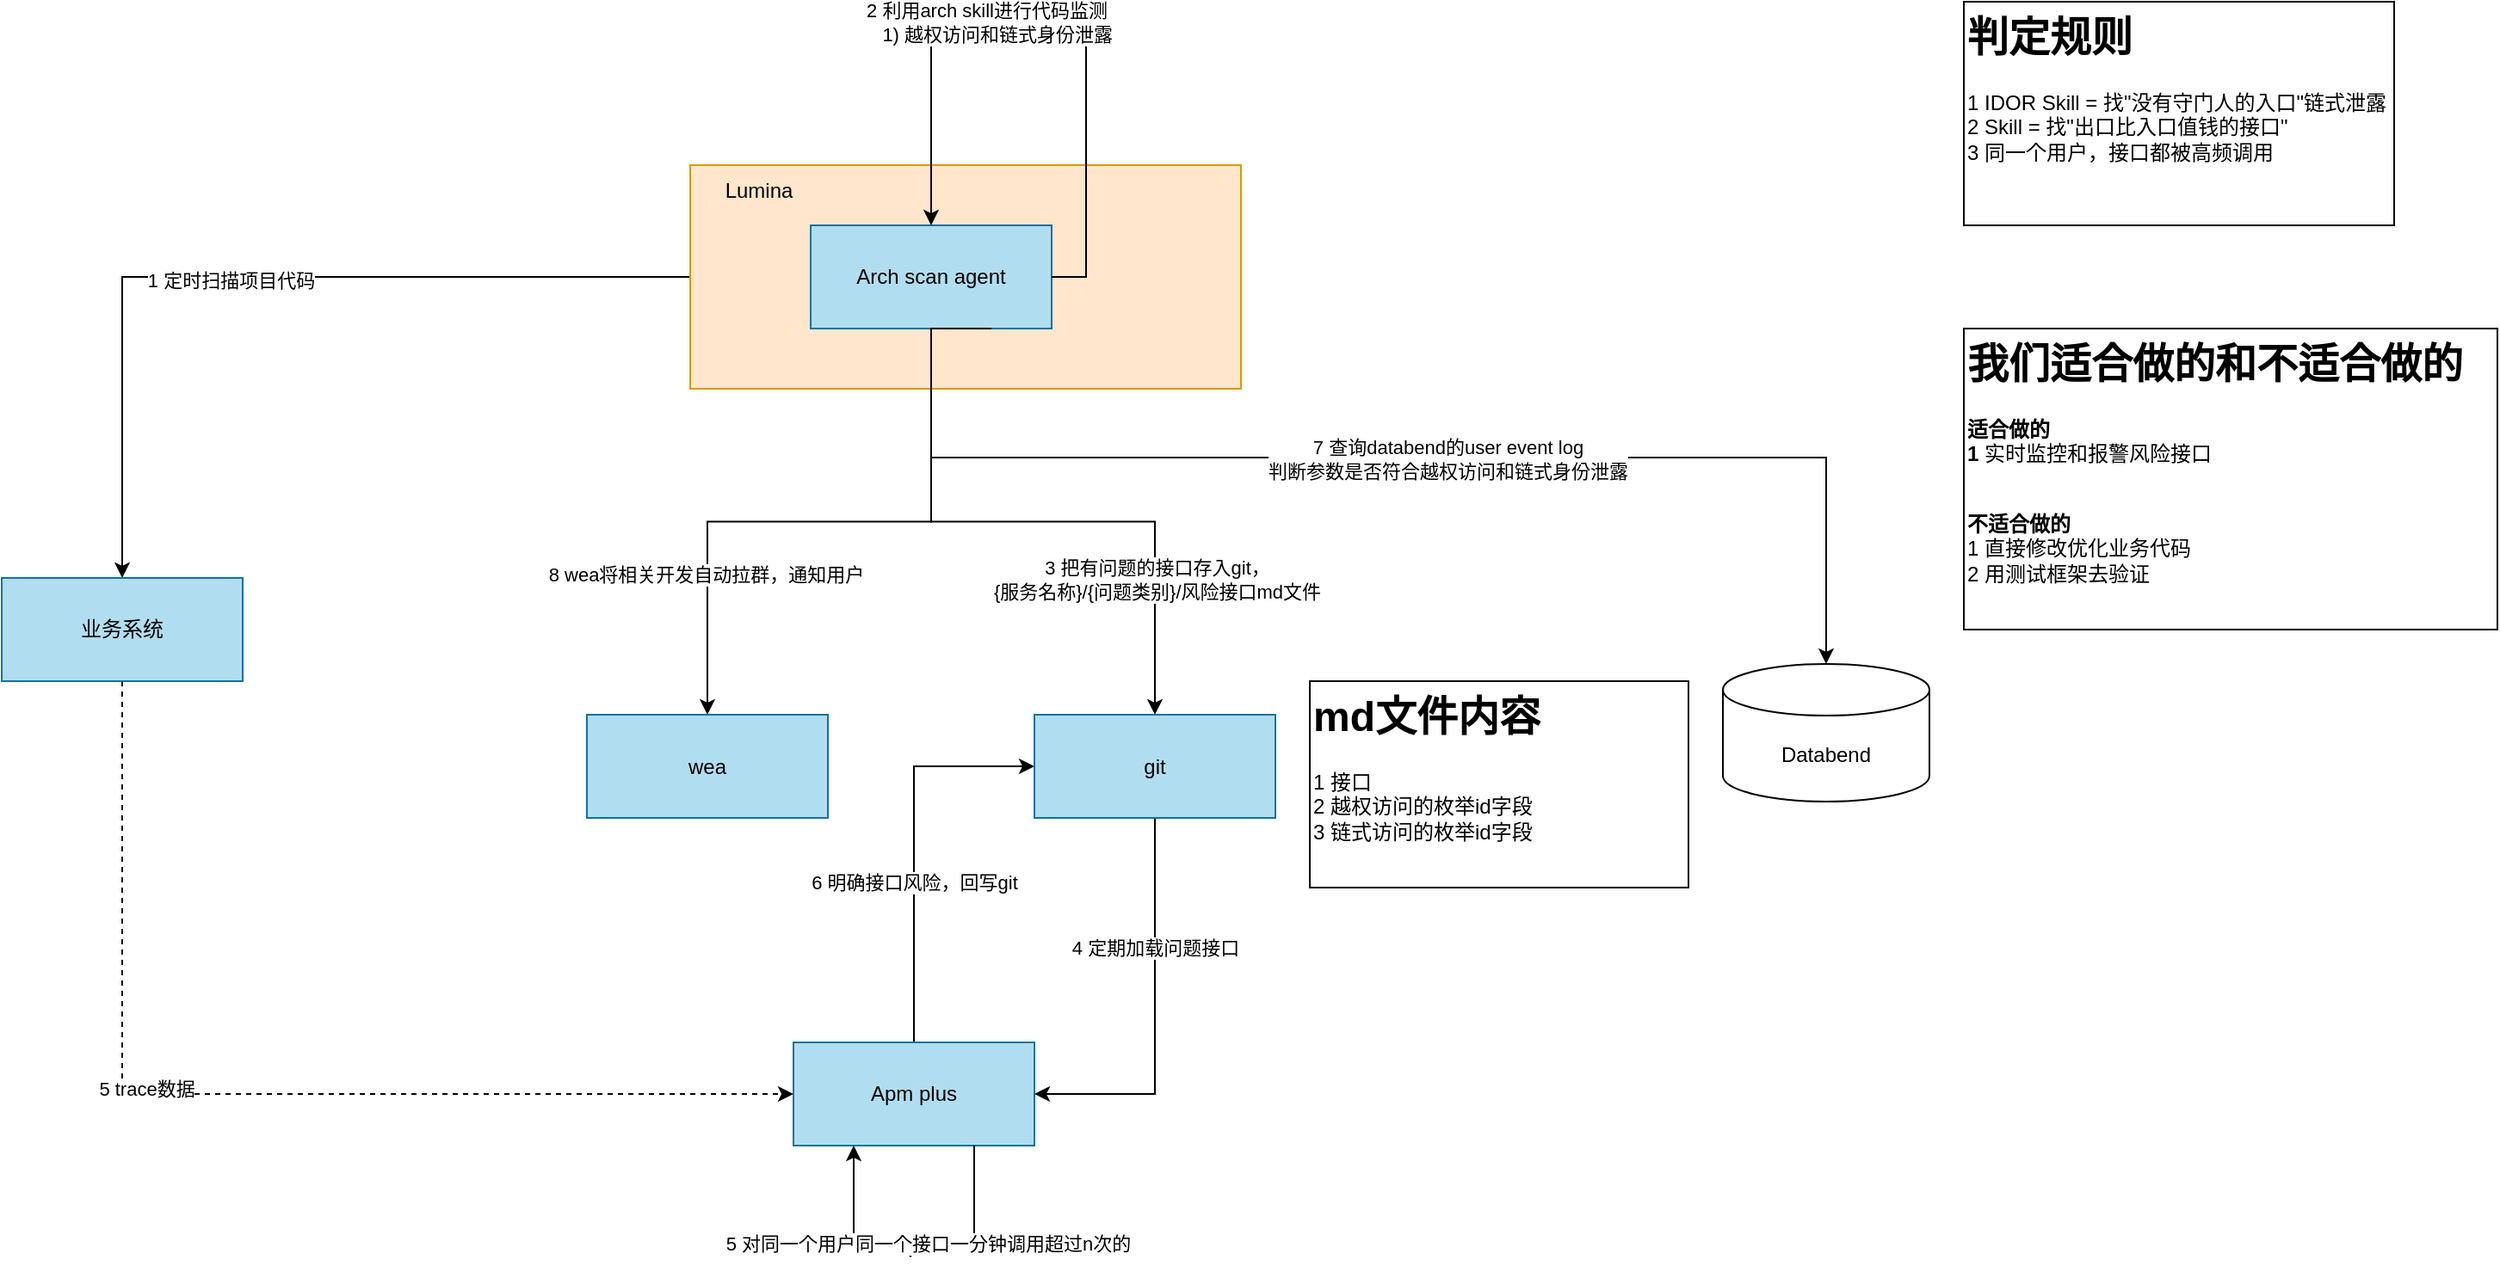
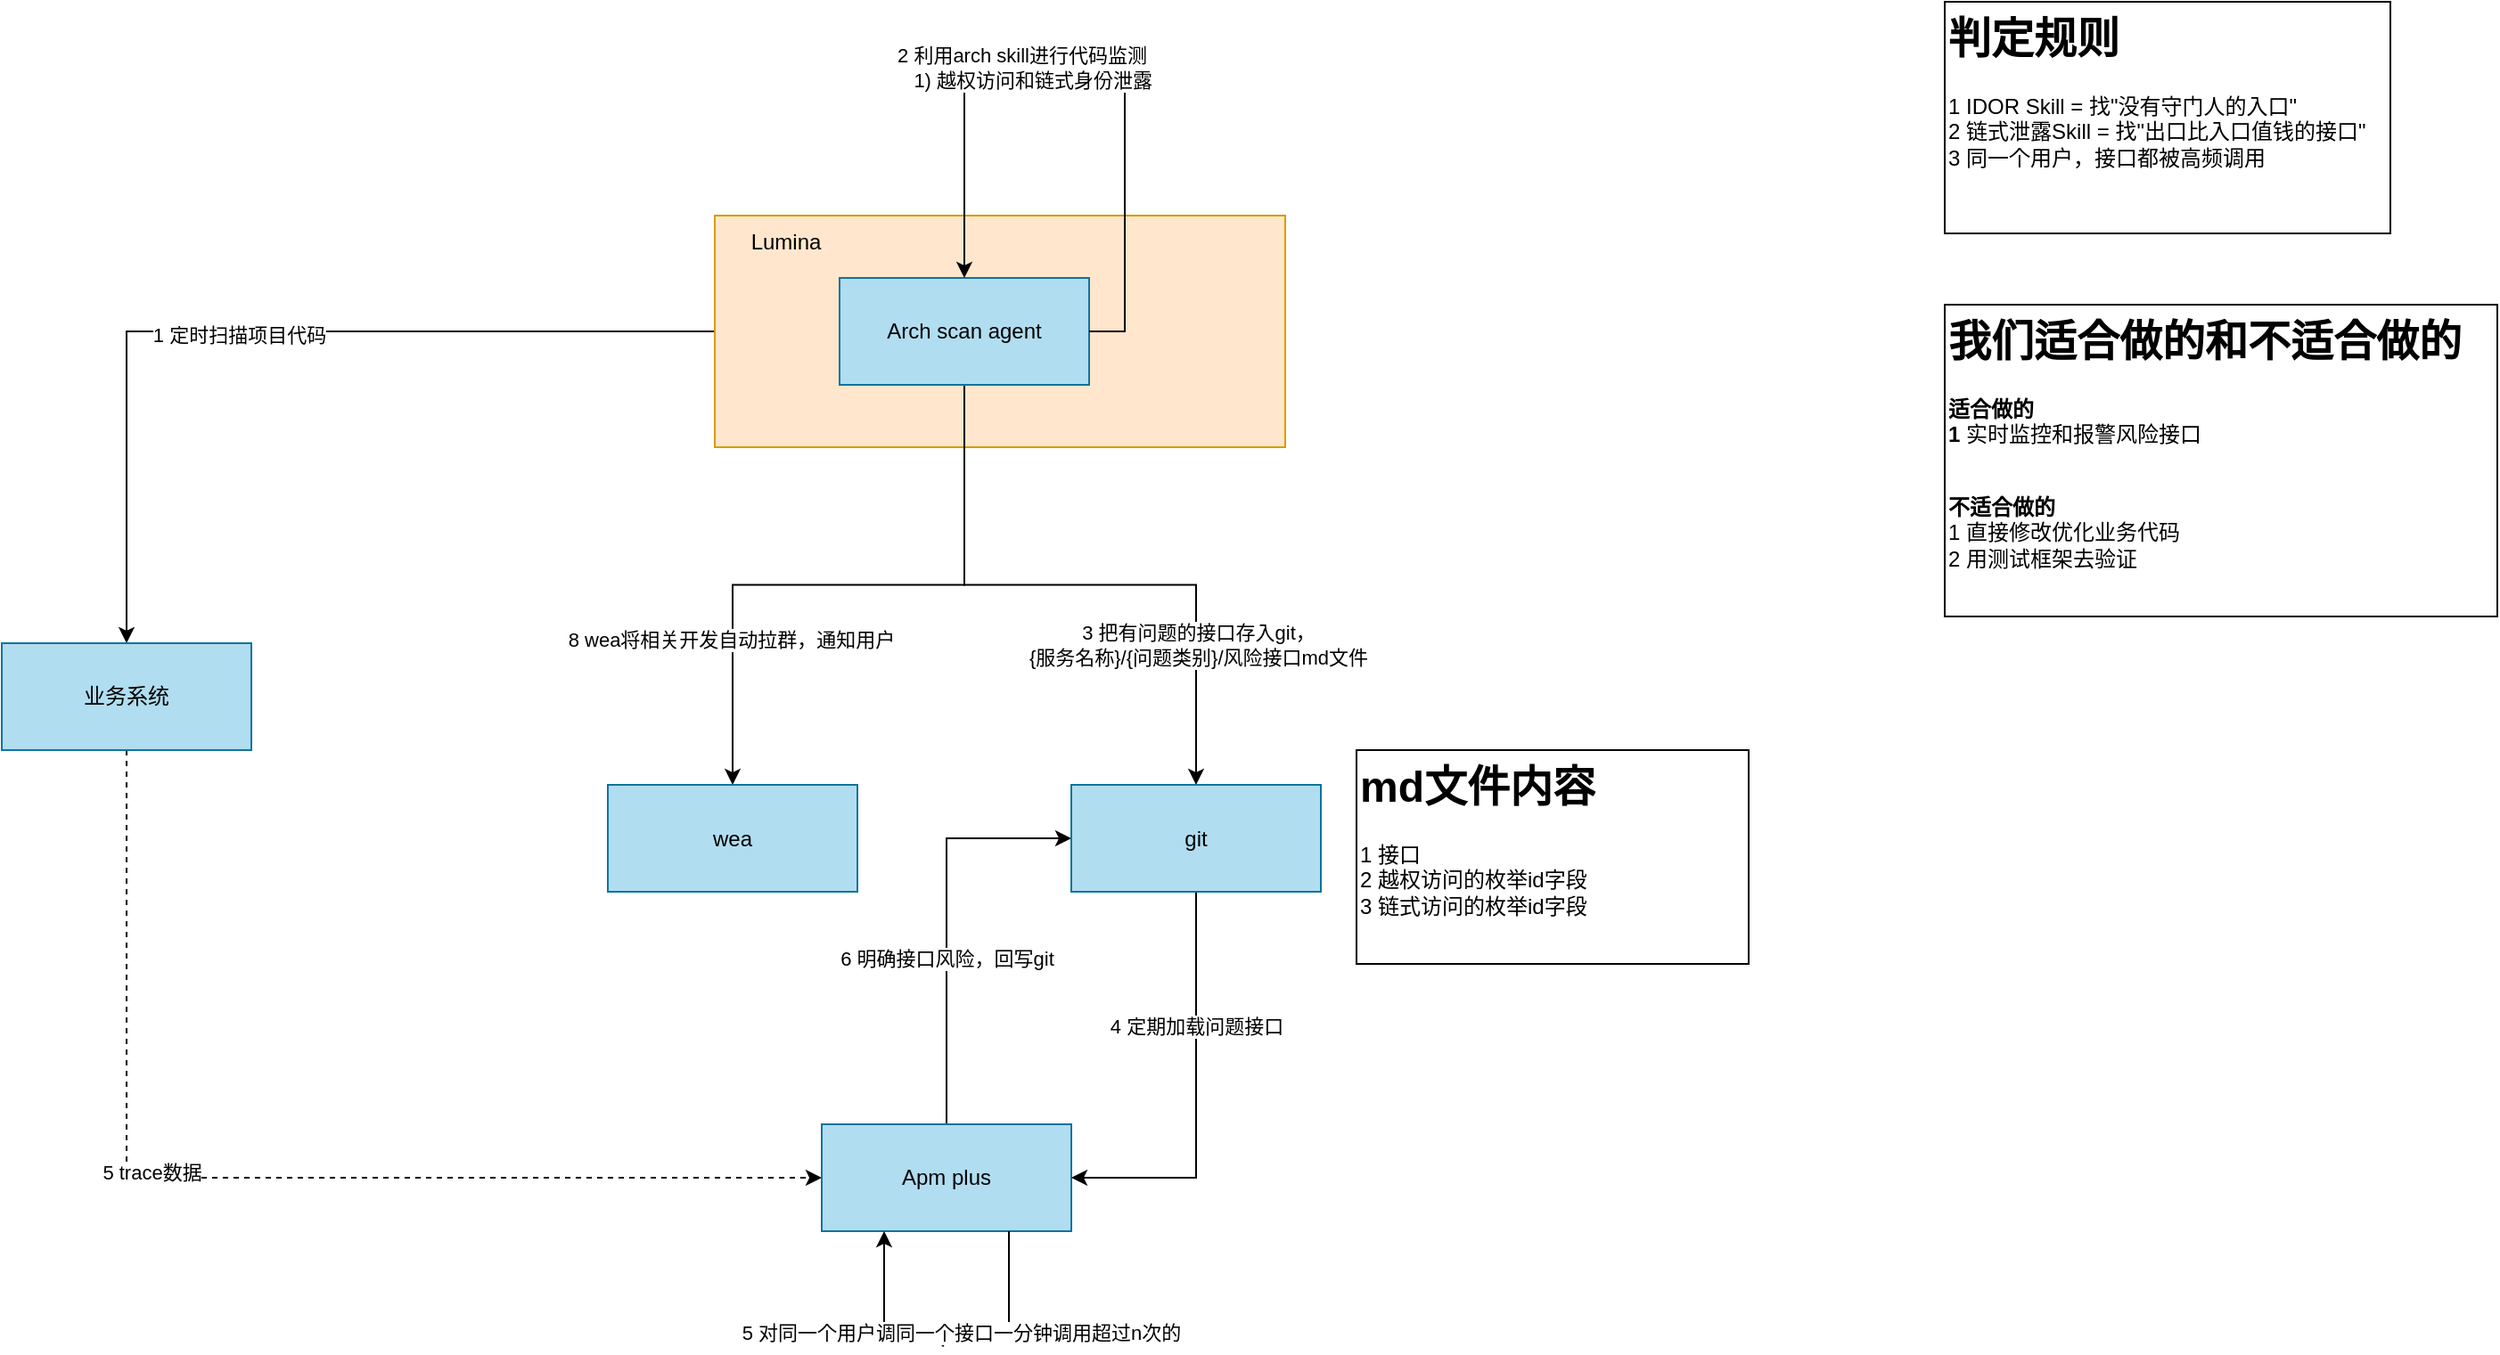
<mxfile host="app.diagrams.net">
  <diagram name="第 1 页" id="v4d0oD99BJNh_s1QToVL">
-     <mxGraphModel dx="1222" dy="764" grid="1" gridSize="10" guides="1" tooltips="1" connect="1" arrows="1" fold="1" page="1" pageScale="1" pageWidth="3300" pageHeight="2339" math="0" shadow="0">
+     <mxGraphModel dx="1391" dy="764" grid="1" gridSize="10" guides="1" tooltips="1" connect="1" arrows="1" fold="1" page="1" pageScale="1" pageWidth="3300" pageHeight="2339" math="0" shadow="0">
      <root>
        <mxCell id="0" />
        <mxCell id="1" parent="0" />
        <mxCell id="BZSGkBbcOcEUag34DBB_-2" edge="1" parent="1" source="SJECwPXb0EPlWWx2axZS-5" style="edgeStyle=orthogonalEdgeStyle;rounded=0;orthogonalLoop=1;jettySize=auto;html=1;exitX=0;exitY=0.5;exitDx=0;exitDy=0;" target="BZSGkBbcOcEUag34DBB_-1">
          <mxGeometry relative="1" as="geometry" />
        </mxCell>
        <mxCell id="BZSGkBbcOcEUag34DBB_-9" connectable="0" parent="BZSGkBbcOcEUag34DBB_-2" style="edgeLabel;html=1;align=center;verticalAlign=middle;resizable=0;points=[];" value="1 定时扫描项目代码" vertex="1">
          <mxGeometry relative="1" x="0.0582" y="2" as="geometry">
            <mxPoint as="offset" />
          </mxGeometry>
        </mxCell>
        <mxCell id="SJECwPXb0EPlWWx2axZS-5" parent="1" style="rounded=0;whiteSpace=wrap;html=1;fillColor=#ffe6cc;strokeColor=#d79b00;" value="" vertex="1">
          <mxGeometry height="130" width="320" x="530" y="160" as="geometry" />
        </mxCell>
        <mxCell id="BZSGkBbcOcEUag34DBB_-19" edge="1" parent="1" source="BZSGkBbcOcEUag34DBB_-1" style="edgeStyle=orthogonalEdgeStyle;rounded=0;orthogonalLoop=1;jettySize=auto;html=1;exitX=0.5;exitY=1;exitDx=0;exitDy=0;entryX=0;entryY=0.5;entryDx=0;entryDy=0;dashed=1;" target="BZSGkBbcOcEUag34DBB_-3">
          <mxGeometry relative="1" as="geometry" />
        </mxCell>
        <mxCell id="BZSGkBbcOcEUag34DBB_-20" connectable="0" parent="BZSGkBbcOcEUag34DBB_-19" style="edgeLabel;html=1;align=center;verticalAlign=middle;resizable=0;points=[];" value="5 trace数据" vertex="1">
          <mxGeometry relative="1" x="-0.1937" y="3" as="geometry">
            <mxPoint as="offset" />
          </mxGeometry>
        </mxCell>
        <mxCell id="BZSGkBbcOcEUag34DBB_-1" parent="1" style="rounded=0;whiteSpace=wrap;html=1;fillColor=#b1ddf0;strokeColor=#10739e;" value="业务系统" vertex="1">
          <mxGeometry height="60" width="140" x="130" y="400" as="geometry" />
        </mxCell>
        <mxCell id="BZSGkBbcOcEUag34DBB_-23" edge="1" parent="1" source="BZSGkBbcOcEUag34DBB_-3" style="edgeStyle=orthogonalEdgeStyle;rounded=0;orthogonalLoop=1;jettySize=auto;html=1;exitX=0.5;exitY=0;exitDx=0;exitDy=0;entryX=0;entryY=0.5;entryDx=0;entryDy=0;" target="BZSGkBbcOcEUag34DBB_-6">
          <mxGeometry relative="1" as="geometry" />
        </mxCell>
        <mxCell id="BZSGkBbcOcEUag34DBB_-24" connectable="0" parent="BZSGkBbcOcEUag34DBB_-23" style="edgeLabel;html=1;align=center;verticalAlign=middle;resizable=0;points=[];" value="6 明确接口风险，回写git" vertex="1">
          <mxGeometry relative="1" x="-0.1931" as="geometry">
            <mxPoint as="offset" />
          </mxGeometry>
        </mxCell>
        <mxCell id="BZSGkBbcOcEUag34DBB_-3" parent="1" style="rounded=0;whiteSpace=wrap;html=1;fillColor=#b1ddf0;strokeColor=#10739e;" value="Apm plus" vertex="1">
          <mxGeometry height="60" width="140" x="590" y="670" as="geometry" />
        </mxCell>
        <mxCell id="BZSGkBbcOcEUag34DBB_-7" edge="1" parent="1" source="SJECwPXb0EPlWWx2axZS-4" style="edgeStyle=orthogonalEdgeStyle;rounded=0;orthogonalLoop=1;jettySize=auto;html=1;exitX=0.5;exitY=1;exitDx=0;exitDy=0;" target="BZSGkBbcOcEUag34DBB_-6">
          <mxGeometry relative="1" as="geometry" />
        </mxCell>
        <mxCell id="BZSGkBbcOcEUag34DBB_-14" connectable="0" parent="BZSGkBbcOcEUag34DBB_-7" style="edgeLabel;html=1;align=center;verticalAlign=middle;resizable=0;points=[];" value="3 把有问题的接口存入git，&lt;div&gt;{服务名称}/&lt;span style=&quot;background-color: light-dark(#ffffff, var(--ge-dark-color, #121212)); color: light-dark(rgb(0, 0, 0), rgb(255, 255, 255));&quot;&gt;{问题类别}/风险接口md文件&lt;/span&gt;&lt;/div&gt;" vertex="1">
          <mxGeometry relative="1" x="0.0845" y="1" as="geometry">
            <mxPoint x="51" y="34" as="offset" />
          </mxGeometry>
        </mxCell>
        <mxCell id="BZSGkBbcOcEUag34DBB_-8" edge="1" parent="1" source="SJECwPXb0EPlWWx2axZS-4" style="edgeStyle=orthogonalEdgeStyle;rounded=0;orthogonalLoop=1;jettySize=auto;html=1;exitX=0.5;exitY=1;exitDx=0;exitDy=0;" target="BZSGkBbcOcEUag34DBB_-5">
          <mxGeometry relative="1" as="geometry" />
        </mxCell>
        <mxCell id="BZSGkBbcOcEUag34DBB_-15" connectable="0" parent="BZSGkBbcOcEUag34DBB_-8" style="edgeLabel;html=1;align=center;verticalAlign=middle;resizable=0;points=[];" value="8 wea将相关开发自动拉群，通知用户" vertex="1">
          <mxGeometry relative="1" x="0.538" y="-1" as="geometry">
            <mxPoint as="offset" />
          </mxGeometry>
        </mxCell>
        <mxCell id="SJECwPXb0EPlWWx2axZS-4" parent="1" style="rounded=0;whiteSpace=wrap;html=1;fillColor=#b1ddf0;strokeColor=#10739e;" value="Arch scan agent" vertex="1">
          <mxGeometry height="60" width="140" x="600" y="195" as="geometry" />
        </mxCell>
        <mxCell id="BZSGkBbcOcEUag34DBB_-4" parent="1" style="text;html=1;whiteSpace=wrap;strokeColor=none;fillColor=none;align=center;verticalAlign=middle;rounded=0;" value="Lumina" vertex="1">
          <mxGeometry height="30" width="60" x="540" y="160" as="geometry" />
        </mxCell>
        <mxCell id="BZSGkBbcOcEUag34DBB_-5" parent="1" style="rounded=0;whiteSpace=wrap;html=1;fillColor=#b1ddf0;strokeColor=#10739e;" value="wea" vertex="1">
          <mxGeometry height="60" width="140" x="470" y="479.5" as="geometry" />
        </mxCell>
        <mxCell id="BZSGkBbcOcEUag34DBB_-17" edge="1" parent="1" source="BZSGkBbcOcEUag34DBB_-6" style="edgeStyle=orthogonalEdgeStyle;rounded=0;orthogonalLoop=1;jettySize=auto;html=1;exitX=0.5;exitY=1;exitDx=0;exitDy=0;entryX=1;entryY=0.5;entryDx=0;entryDy=0;" target="BZSGkBbcOcEUag34DBB_-3">
          <mxGeometry relative="1" as="geometry" />
        </mxCell>
        <mxCell id="BZSGkBbcOcEUag34DBB_-18" connectable="0" parent="BZSGkBbcOcEUag34DBB_-17" style="edgeLabel;html=1;align=center;verticalAlign=middle;resizable=0;points=[];" value="4 定期加载问题接口" vertex="1">
          <mxGeometry relative="1" x="-0.3536" as="geometry">
            <mxPoint y="1" as="offset" />
          </mxGeometry>
        </mxCell>
        <mxCell id="BZSGkBbcOcEUag34DBB_-6" parent="1" style="rounded=0;whiteSpace=wrap;html=1;fillColor=#b1ddf0;strokeColor=#10739e;" value="git" vertex="1">
          <mxGeometry height="60" width="140" x="730" y="479.5" as="geometry" />
        </mxCell>
        <mxCell id="BZSGkBbcOcEUag34DBB_-12" edge="1" parent="1" source="SJECwPXb0EPlWWx2axZS-4" style="edgeStyle=orthogonalEdgeStyle;rounded=0;orthogonalLoop=1;jettySize=auto;html=1;exitX=1;exitY=0.5;exitDx=0;exitDy=0;entryX=0.5;entryY=0;entryDx=0;entryDy=0;" target="SJECwPXb0EPlWWx2axZS-4">
          <mxGeometry relative="1" as="geometry">
            <Array as="points">
              <mxPoint x="760" y="225" />
              <mxPoint x="760" y="80" />
              <mxPoint x="670" y="80" />
            </Array>
          </mxGeometry>
        </mxCell>
        <mxCell id="BZSGkBbcOcEUag34DBB_-13" connectable="0" parent="BZSGkBbcOcEUag34DBB_-12" style="edgeLabel;html=1;align=center;verticalAlign=middle;resizable=0;points=[];" value="2 利用arch skill进行代码监测&lt;div&gt;&amp;nbsp; &amp;nbsp; 1) 越权访问和链式身份泄露&lt;/div&gt;" vertex="1">
          <mxGeometry relative="1" x="0.2054" y="-3" as="geometry">
            <mxPoint as="offset" />
          </mxGeometry>
        </mxCell>
        <mxCell id="BZSGkBbcOcEUag34DBB_-21" edge="1" parent="1" source="BZSGkBbcOcEUag34DBB_-3" style="edgeStyle=orthogonalEdgeStyle;rounded=0;orthogonalLoop=1;jettySize=auto;html=1;exitX=0.75;exitY=1;exitDx=0;exitDy=0;entryX=0.25;entryY=1;entryDx=0;entryDy=0;" target="BZSGkBbcOcEUag34DBB_-3" value="、">
          <mxGeometry relative="1" as="geometry">
            <Array as="points">
              <mxPoint x="695" y="790" />
              <mxPoint x="625" y="790" />
            </Array>
          </mxGeometry>
        </mxCell>
-         <mxCell id="BZSGkBbcOcEUag34DBB_-22" connectable="0" parent="BZSGkBbcOcEUag34DBB_-21" style="edgeLabel;html=1;align=center;verticalAlign=middle;resizable=0;points=[];" value="5 对同一个用户同一个接口一分钟调用超过n次的" vertex="1">
+         <mxCell id="BZSGkBbcOcEUag34DBB_-22" connectable="0" parent="BZSGkBbcOcEUag34DBB_-21" style="edgeLabel;html=1;align=center;verticalAlign=middle;resizable=0;points=[];" value="5 对同一个用户调同一个接口一分钟调用超过n次的" vertex="1">
          <mxGeometry relative="1" x="-0.0842" y="-3" as="geometry">
            <mxPoint as="offset" />
          </mxGeometry>
        </mxCell>
        <mxCell id="BZSGkBbcOcEUag34DBB_-26" parent="1" style="text;html=1;whiteSpace=wrap;overflow=hidden;rounded=0;strokeColor=default;" value="&lt;h1 style=&quot;margin-top: 0px;&quot;&gt;md文件内容&lt;/h1&gt;&lt;p&gt;1 接口&lt;br&gt;2 越权访问的枚举id字段&lt;br&gt;3 链式访问的&lt;span style=&quot;background-color: transparent; color: light-dark(rgb(0, 0, 0), rgb(255, 255, 255));&quot;&gt;枚举id字段&lt;/span&gt;&lt;/p&gt;" vertex="1">
          <mxGeometry height="120" width="220" x="890" y="460" as="geometry" />
        </mxCell>
-         <mxCell id="BZSGkBbcOcEUag34DBB_-27" parent="1" style="shape=cylinder3;whiteSpace=wrap;html=1;boundedLbl=1;backgroundOutline=1;size=15;" value="Databend" vertex="1">
-           <mxGeometry height="80" width="120" x="1130" y="450" as="geometry" />
-         </mxCell>
-         <mxCell id="BZSGkBbcOcEUag34DBB_-30" edge="1" parent="1" source="SJECwPXb0EPlWWx2axZS-4" style="edgeStyle=orthogonalEdgeStyle;rounded=0;orthogonalLoop=1;jettySize=auto;html=1;exitX=0.75;exitY=1;exitDx=0;exitDy=0;entryX=0.5;entryY=0;entryDx=0;entryDy=0;entryPerimeter=0;" target="BZSGkBbcOcEUag34DBB_-27">
-           <mxGeometry relative="1" as="geometry">
-             <Array as="points">
-               <mxPoint x="670" y="255" />
-               <mxPoint x="670" y="330" />
-               <mxPoint x="1190" y="330" />
-             </Array>
-           </mxGeometry>
-         </mxCell>
-         <mxCell id="BZSGkBbcOcEUag34DBB_-31" connectable="0" parent="BZSGkBbcOcEUag34DBB_-30" style="edgeLabel;html=1;align=center;verticalAlign=middle;resizable=0;points=[];" value="7 查询databend的user event log&lt;div&gt;判断参数是否符合越权访问和链式身份泄露&lt;/div&gt;" vertex="1">
-           <mxGeometry relative="1" x="-0.1573" y="-1" as="geometry">
-             <mxPoint x="94" as="offset" />
-           </mxGeometry>
-         </mxCell>
-         <mxCell id="BZSGkBbcOcEUag34DBB_-32" parent="1" style="text;html=1;whiteSpace=wrap;overflow=hidden;rounded=0;strokeColor=default;" value="&lt;h1 style=&quot;margin-top: 0px;&quot;&gt;判定规则&lt;/h1&gt;&lt;p&gt;1 IDOR Skill = 找&quot;没有守门人的入口&quot;&lt;span style=&quot;background-color: transparent; color: light-dark(rgb(0, 0, 0), rgb(255, 255, 255));&quot;&gt;链式泄露 2 Skill = 找&quot;出口比入口值钱的接口&quot;&lt;br&gt;3 同一个用户，接口都被高频调用&lt;/span&gt;&lt;/p&gt;" vertex="1">
-           <mxGeometry height="130" width="250" x="1270" y="65" as="geometry" />
+         <mxCell id="BZSGkBbcOcEUag34DBB_-32" parent="1" style="text;html=1;whiteSpace=wrap;overflow=hidden;rounded=0;strokeColor=default;" value="&lt;h1 style=&quot;margin-top: 0px;&quot;&gt;判定规则&lt;/h1&gt;&lt;p&gt;1 IDOR Skill = 找&quot;没有守门人的入口&quot;&lt;span style=&quot;background-color: transparent; color: light-dark(rgb(0, 0, 0), rgb(255, 255, 255));&quot;&gt;&amp;nbsp;&lt;br&gt;2&amp;nbsp;&lt;/span&gt;&lt;span style=&quot;background-color: transparent; color: light-dark(rgb(0, 0, 0), rgb(255, 255, 255));&quot;&gt;链式泄露&lt;/span&gt;&lt;span style=&quot;background-color: transparent; color: light-dark(rgb(0, 0, 0), rgb(255, 255, 255));&quot;&gt;Skill = 找&quot;出口比入口值钱的接口&quot;&lt;br&gt;&lt;/span&gt;&lt;span style=&quot;background-color: transparent; color: light-dark(rgb(0, 0, 0), rgb(255, 255, 255));&quot;&gt;3 同一个用户，接口都被高频调用&lt;/span&gt;&lt;/p&gt;" vertex="1">
+           <mxGeometry height="130" width="250" x="1220" y="40" as="geometry" />
        </mxCell>
        <mxCell id="BZSGkBbcOcEUag34DBB_-33" parent="1" style="text;html=1;whiteSpace=wrap;overflow=hidden;rounded=0;strokeColor=default;" value="&lt;h1 style=&quot;margin-top: 0px;&quot;&gt;我们适合做的和不适合做的&lt;/h1&gt;&lt;p&gt;&lt;b&gt;适合做的&lt;br&gt;&lt;/b&gt;&lt;span style=&quot;background-color: transparent; color: light-dark(rgb(0, 0, 0), rgb(255, 255, 255));&quot;&gt;&lt;b&gt;1&amp;nbsp;&lt;/b&gt;实时监控和报警风险接口&lt;br&gt;&lt;br&gt;&lt;/span&gt;&lt;/p&gt;&lt;p&gt;&lt;b&gt;不适合做的&lt;br&gt;&lt;/b&gt;&lt;span style=&quot;background-color: transparent; color: light-dark(rgb(0, 0, 0), rgb(255, 255, 255));&quot;&gt;1 直接修改优化业务代码&lt;br&gt;2 用测试框架去验证&lt;/span&gt;&lt;/p&gt;&lt;p&gt;&lt;br&gt;&lt;/p&gt;" vertex="1">
-           <mxGeometry height="175" width="310" x="1270" y="255" as="geometry" />
+           <mxGeometry height="175" width="310" x="1220" y="210" as="geometry" />
        </mxCell>
      </root>
    </mxGraphModel>
  </diagram>
</mxfile>
